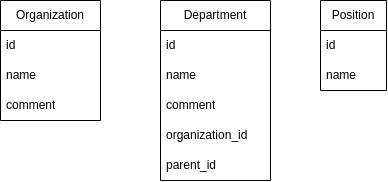
Before: ERD.png, a diagram exported from draw.io (merkit5/areal-hr_ext-test). Source tidied: cells renumbered, new cells last; positions are measured from the earlier drawing's top-left corner, leaving out a move shared by most shapes.
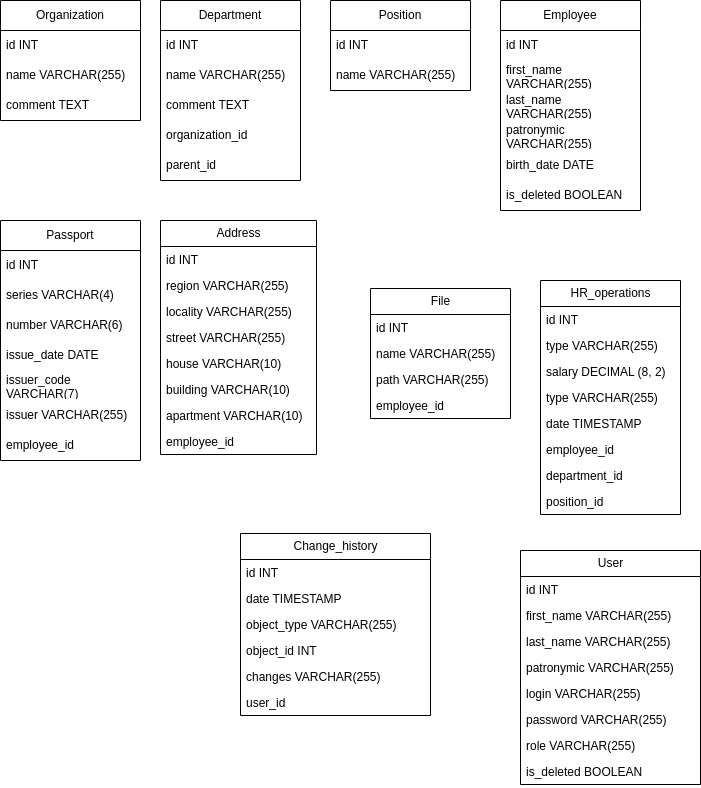
After the commit.

The edit, as a diff of the source:
```diff
@@ -3,43 +3,205 @@
     <mxCell id="0" />
     <mxCell id="1" parent="0" />
     <mxCell id="2" value="Organization" style="swimlane;fontStyle=0;horizontal=1;startSize=30;whiteSpace=wrap;html=1;" parent="1" vertex="1">
-      <mxGeometry width="100" height="120" as="geometry" />
+      <mxGeometry width="140" height="120" as="geometry" />
     </mxCell>
-    <mxCell id="3" value="id" style="text;strokeColor=none;fillColor=none;align=left;verticalAlign=middle;spacingLeft=4;spacingRight=4;overflow=hidden;whiteSpace=wrap;html=1;" parent="2" vertex="1">
-      <mxGeometry y="30" width="100" height="30" as="geometry" />
+    <mxCell id="3" value="id INT" style="text;strokeColor=none;fillColor=none;align=left;verticalAlign=middle;spacingLeft=4;spacingRight=4;overflow=hidden;whiteSpace=wrap;html=1;" parent="2" vertex="1">
+      <mxGeometry y="30" width="140" height="30" as="geometry" />
     </mxCell>
-    <mxCell id="4" value="name" style="text;strokeColor=none;fillColor=none;align=left;verticalAlign=middle;spacingLeft=4;spacingRight=4;overflow=hidden;whiteSpace=wrap;html=1;" parent="2" vertex="1">
-      <mxGeometry y="60" width="100" height="30" as="geometry" />
+    <mxCell id="4" value="name VARCHAR(255)" style="text;strokeColor=none;fillColor=none;align=left;verticalAlign=middle;spacingLeft=4;spacingRight=4;overflow=hidden;whiteSpace=wrap;html=1;" parent="2" vertex="1">
+      <mxGeometry y="60" width="140" height="30" as="geometry" />
     </mxCell>
-    <mxCell id="5" value="comment" style="text;strokeColor=none;fillColor=none;align=left;verticalAlign=middle;spacingLeft=4;spacingRight=4;overflow=hidden;whiteSpace=wrap;html=1;" parent="2" vertex="1">
-      <mxGeometry y="90" width="100" height="30" as="geometry" />
+    <mxCell id="5" value="comment TEXT" style="text;strokeColor=none;fillColor=none;align=left;verticalAlign=middle;spacingLeft=4;spacingRight=4;overflow=hidden;whiteSpace=wrap;html=1;" parent="2" vertex="1">
+      <mxGeometry y="90" width="140" height="30" as="geometry" />
     </mxCell>
     <mxCell id="6" value="Department" style="swimlane;fontStyle=0;horizontal=1;startSize=30;whiteSpace=wrap;html=1;" parent="1" vertex="1">
-      <mxGeometry x="160" width="110" height="180" as="geometry" />
+      <mxGeometry x="160" width="140" height="180" as="geometry" />
     </mxCell>
-    <mxCell id="7" value="id" style="text;strokeColor=none;fillColor=none;align=left;verticalAlign=middle;spacingLeft=4;spacingRight=4;overflow=hidden;whiteSpace=wrap;html=1;" parent="6" vertex="1">
-      <mxGeometry y="30" width="110" height="30" as="geometry" />
+    <mxCell id="7" value="id INT" style="text;strokeColor=none;fillColor=none;align=left;verticalAlign=middle;spacingLeft=4;spacingRight=4;overflow=hidden;whiteSpace=wrap;html=1;" parent="6" vertex="1">
+      <mxGeometry y="30" width="140" height="30" as="geometry" />
     </mxCell>
-    <mxCell id="8" value="name" style="text;strokeColor=none;fillColor=none;align=left;verticalAlign=middle;spacingLeft=4;spacingRight=4;overflow=hidden;whiteSpace=wrap;html=1;" parent="6" vertex="1">
-      <mxGeometry y="60" width="110" height="30" as="geometry" />
+    <mxCell id="8" value="name VARCHAR(255)" style="text;strokeColor=none;fillColor=none;align=left;verticalAlign=middle;spacingLeft=4;spacingRight=4;overflow=hidden;whiteSpace=wrap;html=1;" parent="6" vertex="1">
+      <mxGeometry y="60" width="140" height="30" as="geometry" />
     </mxCell>
-    <mxCell id="9" value="comment" style="text;strokeColor=none;fillColor=none;align=left;verticalAlign=middle;spacingLeft=4;spacingRight=4;overflow=hidden;whiteSpace=wrap;html=1;" parent="6" vertex="1">
-      <mxGeometry y="90" width="110" height="30" as="geometry" />
+    <mxCell id="9" value="comment TEXT" style="text;strokeColor=none;fillColor=none;align=left;verticalAlign=middle;spacingLeft=4;spacingRight=4;overflow=hidden;whiteSpace=wrap;html=1;" parent="6" vertex="1">
+      <mxGeometry y="90" width="140" height="30" as="geometry" />
     </mxCell>
     <mxCell id="10" value="organization_id" style="text;strokeColor=none;fillColor=none;align=left;verticalAlign=middle;spacingLeft=4;spacingRight=4;overflow=hidden;whiteSpace=wrap;html=1;" parent="6" vertex="1">
-      <mxGeometry y="120" width="110" height="30" as="geometry" />
+      <mxGeometry y="120" width="140" height="30" as="geometry" />
     </mxCell>
     <mxCell id="11" value="parent_id" style="text;strokeColor=none;fillColor=none;align=left;verticalAlign=middle;spacingLeft=4;spacingRight=4;overflow=hidden;whiteSpace=wrap;html=1;" parent="6" vertex="1">
-      <mxGeometry y="150" width="110" height="30" as="geometry" />
+      <mxGeometry y="150" width="140" height="30" as="geometry" />
     </mxCell>
     <mxCell id="12" value="Position" style="swimlane;fontStyle=0;horizontal=1;startSize=30;whiteSpace=wrap;html=1;" parent="1" vertex="1">
-      <mxGeometry x="320" width="66" height="90" as="geometry" />
+      <mxGeometry x="330" width="140" height="90" as="geometry" />
     </mxCell>
-    <mxCell id="13" value="id" style="text;strokeColor=none;fillColor=none;align=left;verticalAlign=middle;spacingLeft=4;spacingRight=4;overflow=hidden;whiteSpace=wrap;html=1;" parent="12" vertex="1">
-      <mxGeometry y="30" width="66" height="30" as="geometry" />
+    <mxCell id="13" value="id INT" style="text;strokeColor=none;fillColor=none;align=left;verticalAlign=middle;spacingLeft=4;spacingRight=4;overflow=hidden;whiteSpace=wrap;html=1;" parent="12" vertex="1">
+      <mxGeometry y="30" width="140" height="30" as="geometry" />
     </mxCell>
-    <mxCell id="14" value="name" style="text;strokeColor=none;fillColor=none;align=left;verticalAlign=middle;spacingLeft=4;spacingRight=4;overflow=hidden;whiteSpace=wrap;html=1;" parent="12" vertex="1">
-      <mxGeometry y="60" width="66" height="30" as="geometry" />
+    <mxCell id="14" value="name VARCHAR(255)" style="text;strokeColor=none;fillColor=none;align=left;verticalAlign=middle;spacingLeft=4;spacingRight=4;overflow=hidden;whiteSpace=wrap;html=1;" parent="12" vertex="1">
+      <mxGeometry y="60" width="140" height="30" as="geometry" />
     </mxCell>
+    <mxCell id="15" value="Employee" style="swimlane;fontStyle=0;horizontal=1;startSize=30;whiteSpace=wrap;html=1;" parent="1" vertex="1">
+      <mxGeometry x="500" width="140" height="210" as="geometry" />
+    </mxCell>
+    <mxCell id="16" value="id INT" style="text;strokeColor=none;fillColor=none;align=left;verticalAlign=middle;spacingLeft=4;spacingRight=4;overflow=hidden;whiteSpace=wrap;html=1;" parent="15" vertex="1">
+      <mxGeometry y="30" width="140" height="30" as="geometry" />
+    </mxCell>
+    <mxCell id="17" value="first_name VARCHAR(255)&amp;nbsp;&lt;span style=&quot;color: rgba(0, 0, 0, 0); font-family: monospace; font-size: 0px; text-wrap-mode: nowrap;&quot;&gt;%3CmxGraphModel%3E%3Croot%3E%3CmxCell%20id%3D%220%22%2F%3E%3CmxCell%20id%3D%221%22%20parent%3D%220%22%2F%3E%3CmxCell%20id%3D%222%22%20value%3D%22Item%202%22%20style%3D%22text%3BstrokeColor%3Dnone%3BfillColor%3Dnone%3Balign%3Dleft%3BverticalAlign%3Dmiddle%3BspacingLeft%3D4%3BspacingRight%3D4%3Boverflow%3Dhidden%3Bpoints%3D%5B%5B0%2C0.5%5D%2C%5B1%2C0.5%5D%5D%3BportConstraint%3Deastwest%3Brotatable%3D0%3BwhiteSpace%3Dwrap%3Bhtml%3D1%3B%22%20vertex%3D%221%22%20parent%3D%221%22%3E%3CmxGeometry%20x%3D%22460%22%20y%3D%22230%22%20width%3D%22140%22%20height%3D%2230%22%20as%3D%22geometry%22%2F%3E%3C%2FmxCell%3E%3C%2Froot%3E%3C%2FmxGraphModel%3E&lt;/span&gt;" style="text;strokeColor=none;fillColor=none;align=left;verticalAlign=middle;spacingLeft=4;spacingRight=4;overflow=hidden;whiteSpace=wrap;html=1;" parent="15" vertex="1">
+      <mxGeometry y="60" width="140" height="30" as="geometry" />
+    </mxCell>
+    <mxCell id="18" value="last_name VARCHAR(255)" style="text;strokeColor=none;fillColor=none;align=left;verticalAlign=middle;spacingLeft=4;spacingRight=4;overflow=hidden;whiteSpace=wrap;html=1;" parent="15" vertex="1">
+      <mxGeometry y="90" width="140" height="30" as="geometry" />
+    </mxCell>
+    <mxCell id="19" value="patronymic VARCHAR(255)" style="text;strokeColor=none;fillColor=none;align=left;verticalAlign=middle;spacingLeft=4;spacingRight=4;overflow=hidden;whiteSpace=wrap;html=1;" parent="15" vertex="1">
+      <mxGeometry y="120" width="140" height="30" as="geometry" />
+    </mxCell>
+    <mxCell id="20" value="birth_date DATE" style="text;strokeColor=none;fillColor=none;align=left;verticalAlign=middle;spacingLeft=4;spacingRight=4;overflow=hidden;whiteSpace=wrap;html=1;" parent="15" vertex="1">
+      <mxGeometry y="150" width="140" height="30" as="geometry" />
+    </mxCell>
+    <mxCell id="21" value="is_deleted BOOLEAN" style="text;strokeColor=none;fillColor=none;align=left;verticalAlign=middle;spacingLeft=4;spacingRight=4;overflow=hidden;whiteSpace=wrap;html=1;" parent="15" vertex="1">
+      <mxGeometry y="180" width="140" height="30" as="geometry" />
+    </mxCell>
+    <mxCell id="22" value="Passport" style="swimlane;fontStyle=0;horizontal=1;startSize=30;whiteSpace=wrap;html=1;" parent="1" vertex="1">
+      <mxGeometry y="220" width="140" height="240" as="geometry" />
+    </mxCell>
+    <mxCell id="23" value="id INT" style="text;strokeColor=none;fillColor=none;align=left;verticalAlign=middle;spacingLeft=4;spacingRight=4;overflow=hidden;whiteSpace=wrap;html=1;" parent="22" vertex="1">
+      <mxGeometry y="30" width="140" height="30" as="geometry" />
+    </mxCell>
+    <mxCell id="24" value="series VARCHAR(4)" style="text;strokeColor=none;fillColor=none;align=left;verticalAlign=middle;spacingLeft=4;spacingRight=4;overflow=hidden;whiteSpace=wrap;html=1;" parent="22" vertex="1">
+      <mxGeometry y="60" width="140" height="30" as="geometry" />
+    </mxCell>
+    <mxCell id="25" value="number VARCHAR(6)" style="text;strokeColor=none;fillColor=none;align=left;verticalAlign=middle;spacingLeft=4;spacingRight=4;overflow=hidden;whiteSpace=wrap;html=1;" parent="22" vertex="1">
+      <mxGeometry y="90" width="140" height="30" as="geometry" />
+    </mxCell>
+    <mxCell id="26" value="issue_date DATE" style="text;strokeColor=none;fillColor=none;align=left;verticalAlign=middle;spacingLeft=4;spacingRight=4;overflow=hidden;whiteSpace=wrap;html=1;" parent="22" vertex="1">
+      <mxGeometry y="120" width="140" height="30" as="geometry" />
+    </mxCell>
+    <mxCell id="27" value="issuer_code VARCHAR(7)" style="text;strokeColor=none;fillColor=none;align=left;verticalAlign=middle;spacingLeft=4;spacingRight=4;overflow=hidden;whiteSpace=wrap;html=1;" parent="22" vertex="1">
+      <mxGeometry y="150" width="140" height="30" as="geometry" />
+    </mxCell>
+    <mxCell id="28" value="issuer VARCHAR(255)" style="text;strokeColor=none;fillColor=none;align=left;verticalAlign=middle;spacingLeft=4;spacingRight=4;overflow=hidden;whiteSpace=wrap;html=1;" parent="22" vertex="1">
+      <mxGeometry y="180" width="140" height="30" as="geometry" />
+    </mxCell>
+    <mxCell id="29" value="employee_id" style="text;strokeColor=none;fillColor=none;align=left;verticalAlign=middle;spacingLeft=4;spacingRight=4;overflow=hidden;whiteSpace=wrap;html=1;" parent="22" vertex="1">
+      <mxGeometry y="210" width="140" height="30" as="geometry" />
+    </mxCell>
+    <mxCell id="30" value="Address" style="swimlane;fontStyle=0;horizontal=1;startSize=26;fillColor=none;html=1;" parent="1" vertex="1">
+      <mxGeometry x="160" y="220" width="156" height="234" as="geometry" />
+    </mxCell>
+    <mxCell id="31" value="id INT" style="text;strokeColor=none;fillColor=none;align=left;verticalAlign=top;spacingLeft=4;spacingRight=4;overflow=hidden;whiteSpace=wrap;html=1;" parent="30" vertex="1">
+      <mxGeometry y="26" width="156" height="26" as="geometry" />
+    </mxCell>
+    <mxCell id="32" value="region VARCHAR(255)" style="text;strokeColor=none;fillColor=none;align=left;verticalAlign=top;spacingLeft=4;spacingRight=4;overflow=hidden;whiteSpace=wrap;html=1;" parent="30" vertex="1">
+      <mxGeometry y="52" width="156" height="26" as="geometry" />
+    </mxCell>
+    <mxCell id="33" value="locality VARCHAR(255)" style="text;strokeColor=none;fillColor=none;align=left;verticalAlign=top;spacingLeft=4;spacingRight=4;overflow=hidden;whiteSpace=wrap;html=1;" parent="30" vertex="1">
+      <mxGeometry y="78" width="156" height="26" as="geometry" />
+    </mxCell>
+    <mxCell id="34" value="street VARCHAR(255)" style="text;strokeColor=none;fillColor=none;align=left;verticalAlign=top;spacingLeft=4;spacingRight=4;overflow=hidden;whiteSpace=wrap;html=1;" parent="30" vertex="1">
+      <mxGeometry y="104" width="156" height="26" as="geometry" />
+    </mxCell>
+    <mxCell id="35" value="house VARCHAR(10)" style="text;strokeColor=none;fillColor=none;align=left;verticalAlign=top;spacingLeft=4;spacingRight=4;overflow=hidden;whiteSpace=wrap;html=1;" parent="30" vertex="1">
+      <mxGeometry y="130" width="156" height="26" as="geometry" />
+    </mxCell>
+    <mxCell id="36" value="building VARCHAR(10)" style="text;strokeColor=none;fillColor=none;align=left;verticalAlign=top;spacingLeft=4;spacingRight=4;overflow=hidden;whiteSpace=wrap;html=1;" parent="30" vertex="1">
+      <mxGeometry y="156" width="156" height="26" as="geometry" />
+    </mxCell>
+    <mxCell id="37" value="apartment VARCHAR(10)" style="text;strokeColor=none;fillColor=none;align=left;verticalAlign=top;spacingLeft=4;spacingRight=4;overflow=hidden;whiteSpace=wrap;html=1;" parent="30" vertex="1">
+      <mxGeometry y="182" width="156" height="26" as="geometry" />
+    </mxCell>
+    <mxCell id="38" value="employee_id" style="text;strokeColor=none;fillColor=none;align=left;verticalAlign=top;spacingLeft=4;spacingRight=4;overflow=hidden;whiteSpace=wrap;html=1;" parent="30" vertex="1">
+      <mxGeometry y="208" width="156" height="26" as="geometry" />
+    </mxCell>
+    <mxCell id="39" value="File" style="swimlane;fontStyle=0;horizontal=1;startSize=26;fillColor=none;html=1;" parent="1" vertex="1">
+      <mxGeometry x="370" y="288" width="140" height="130" as="geometry" />
+    </mxCell>
+    <mxCell id="40" value="id INT" style="text;strokeColor=none;fillColor=none;align=left;verticalAlign=top;spacingLeft=4;spacingRight=4;overflow=hidden;whiteSpace=wrap;html=1;" parent="39" vertex="1">
+      <mxGeometry y="26" width="140" height="26" as="geometry" />
+    </mxCell>
+    <mxCell id="41" value="name VARCHAR(255)" style="text;strokeColor=none;fillColor=none;align=left;verticalAlign=top;spacingLeft=4;spacingRight=4;overflow=hidden;whiteSpace=wrap;html=1;" parent="39" vertex="1">
+      <mxGeometry y="52" width="140" height="26" as="geometry" />
+    </mxCell>
+    <mxCell id="42" value="path VARCHAR(255)" style="text;strokeColor=none;fillColor=none;align=left;verticalAlign=top;spacingLeft=4;spacingRight=4;overflow=hidden;whiteSpace=wrap;html=1;" parent="39" vertex="1">
+      <mxGeometry y="78" width="140" height="26" as="geometry" />
+    </mxCell>
+    <mxCell id="43" value="employee_id" style="text;strokeColor=none;fillColor=none;align=left;verticalAlign=top;spacingLeft=4;spacingRight=4;overflow=hidden;whiteSpace=wrap;html=1;" parent="39" vertex="1">
+      <mxGeometry y="104" width="140" height="26" as="geometry" />
+    </mxCell>
+    <mxCell id="44" value="HR_operations" style="swimlane;fontStyle=0;horizontal=1;startSize=26;fillColor=none;html=1;" parent="1" vertex="1">
+      <mxGeometry x="540" y="280" width="140" height="234" as="geometry" />
+    </mxCell>
+    <mxCell id="45" value="id INT" style="text;strokeColor=none;fillColor=none;align=left;verticalAlign=top;spacingLeft=4;spacingRight=4;overflow=hidden;whiteSpace=wrap;html=1;" parent="44" vertex="1">
+      <mxGeometry y="26" width="140" height="26" as="geometry" />
+    </mxCell>
+    <mxCell id="46" value="type VARCHAR(255)" style="text;strokeColor=none;fillColor=none;align=left;verticalAlign=top;spacingLeft=4;spacingRight=4;overflow=hidden;whiteSpace=wrap;html=1;" parent="44" vertex="1">
+      <mxGeometry y="52" width="140" height="26" as="geometry" />
+    </mxCell>
+    <mxCell id="47" value="salary DECIMAL (8, 2)" style="text;strokeColor=none;fillColor=none;align=left;verticalAlign=top;spacingLeft=4;spacingRight=4;overflow=hidden;whiteSpace=wrap;html=1;" parent="44" vertex="1">
+      <mxGeometry y="78" width="140" height="26" as="geometry" />
+    </mxCell>
+    <mxCell id="48" value="type VARCHAR(255)" style="text;strokeColor=none;fillColor=none;align=left;verticalAlign=top;spacingLeft=4;spacingRight=4;overflow=hidden;whiteSpace=wrap;html=1;" parent="44" vertex="1">
+      <mxGeometry y="104" width="140" height="26" as="geometry" />
+    </mxCell>
+    <mxCell id="49" value="date TIMESTAMP" style="text;strokeColor=none;fillColor=none;align=left;verticalAlign=top;spacingLeft=4;spacingRight=4;overflow=hidden;whiteSpace=wrap;html=1;" parent="44" vertex="1">
+      <mxGeometry y="130" width="140" height="26" as="geometry" />
+    </mxCell>
+    <mxCell id="50" value="employee_id" style="text;strokeColor=none;fillColor=none;align=left;verticalAlign=top;spacingLeft=4;spacingRight=4;overflow=hidden;whiteSpace=wrap;html=1;" parent="44" vertex="1">
+      <mxGeometry y="156" width="140" height="26" as="geometry" />
+    </mxCell>
+    <mxCell id="51" value="department_id" style="text;strokeColor=none;fillColor=none;align=left;verticalAlign=top;spacingLeft=4;spacingRight=4;overflow=hidden;whiteSpace=wrap;html=1;" parent="44" vertex="1">
+      <mxGeometry y="182" width="140" height="26" as="geometry" />
+    </mxCell>
+    <mxCell id="52" value="position_id" style="text;strokeColor=none;fillColor=none;align=left;verticalAlign=top;spacingLeft=4;spacingRight=4;overflow=hidden;whiteSpace=wrap;html=1;" parent="44" vertex="1">
+      <mxGeometry y="208" width="140" height="26" as="geometry" />
+    </mxCell>
+    <mxCell id="53" value="Change_history" style="swimlane;fontStyle=0;horizontal=1;startSize=26;fillColor=none;html=1;" parent="1" vertex="1">
+      <mxGeometry x="240" y="533" width="190" height="182" as="geometry" />
+    </mxCell>
+    <mxCell id="54" value="id INT" style="text;strokeColor=none;fillColor=none;align=left;verticalAlign=top;spacingLeft=4;spacingRight=4;overflow=hidden;whiteSpace=wrap;html=1;" parent="53" vertex="1">
+      <mxGeometry y="26" width="190" height="26" as="geometry" />
+    </mxCell>
+    <mxCell id="55" value="date TIMESTAMP" style="text;strokeColor=none;fillColor=none;align=left;verticalAlign=top;spacingLeft=4;spacingRight=4;overflow=hidden;whiteSpace=wrap;html=1;" parent="53" vertex="1">
+      <mxGeometry y="52" width="190" height="26" as="geometry" />
+    </mxCell>
+    <mxCell id="56" value="object_type VARCHAR(255)" style="text;strokeColor=none;fillColor=none;align=left;verticalAlign=top;spacingLeft=4;spacingRight=4;overflow=hidden;whiteSpace=wrap;html=1;" parent="53" vertex="1">
+      <mxGeometry y="78" width="190" height="26" as="geometry" />
+    </mxCell>
+    <mxCell id="57" value="object_id INT" style="text;strokeColor=none;fillColor=none;align=left;verticalAlign=top;spacingLeft=4;spacingRight=4;overflow=hidden;whiteSpace=wrap;html=1;" parent="53" vertex="1">
+      <mxGeometry y="104" width="190" height="26" as="geometry" />
+    </mxCell>
+    <mxCell id="58" value="changes VARCHAR(255)" style="text;strokeColor=none;fillColor=none;align=left;verticalAlign=top;spacingLeft=4;spacingRight=4;overflow=hidden;whiteSpace=wrap;html=1;" parent="53" vertex="1">
+      <mxGeometry y="130" width="190" height="26" as="geometry" />
+    </mxCell>
+    <mxCell id="59" value="user_id" style="text;strokeColor=none;fillColor=none;align=left;verticalAlign=top;spacingLeft=4;spacingRight=4;overflow=hidden;whiteSpace=wrap;html=1;" parent="53" vertex="1">
+      <mxGeometry y="156" width="190" height="26" as="geometry" />
+    </mxCell>
+    <mxCell id="60" value="User" style="swimlane;fontStyle=0;horizontal=1;startSize=26;fillColor=none;html=1;" parent="1" vertex="1">
+      <mxGeometry x="520" y="550" width="180" height="234" as="geometry" />
+    </mxCell>
+    <mxCell id="61" value="id INT" style="text;strokeColor=none;fillColor=none;align=left;verticalAlign=top;spacingLeft=4;spacingRight=4;overflow=hidden;whiteSpace=wrap;html=1;" parent="60" vertex="1">
+      <mxGeometry y="26" width="180" height="26" as="geometry" />
+    </mxCell>
+    <mxCell id="62" value="first_name VARCHAR(255)&amp;nbsp;&lt;span style=&quot;text-wrap-mode: nowrap; color: rgba(0, 0, 0, 0); font-family: monospace; font-size: 0px;&quot;&gt;%3CmxGraphModel%3E%3Croot%3E%3CmxCell%20id%3D%220%22%2F%3E%3CmxCell%20id%3D%221%22%20parent%3D%220%22%2F%3E%3CmxCell%20id%3D%222%22%20value%3D%22Item%202%22%20style%3D%22text%3BstrokeColor%3Dnone%3BfillColor%3Dnone%3Balign%3Dleft%3BverticalAlign%3Dmiddle%3BspacingLeft%3D4%3BspacingRight%3D4%3Boverflow%3Dhidden%3Bpoints%3D%5B%5B0%2C0.5%5D%2C%5B1%2C0.5%5D%5D%3BportConstraint%3Deastwest%3Brotatable%3D0%3BwhiteSpace%3Dwrap%3Bhtml%3D1%3B%22%20vertex%3D%221%22%20parent%3D%221%22%3E%3CmxGeometry%20x%3D%22460%22%20y%3D%22230%22%20width%3D%22140%22%20height%3D%2230%22%20as%3D%22geometry%22%2F%3E%3C%2FmxCell%3E%3C%2Froot%3E%3C%2FmxGraphModel%3E&lt;/span&gt;" style="text;strokeColor=none;fillColor=none;align=left;verticalAlign=top;spacingLeft=4;spacingRight=4;overflow=hidden;whiteSpace=wrap;html=1;" parent="60" vertex="1">
+      <mxGeometry y="52" width="180" height="26" as="geometry" />
+    </mxCell>
+    <mxCell id="63" value="last_name VARCHAR(255)" style="text;strokeColor=none;fillColor=none;align=left;verticalAlign=top;spacingLeft=4;spacingRight=4;overflow=hidden;whiteSpace=wrap;html=1;" parent="60" vertex="1">
+      <mxGeometry y="78" width="180" height="26" as="geometry" />
+    </mxCell>
+    <mxCell id="64" value="patronymic VARCHAR(255)" style="text;strokeColor=none;fillColor=none;align=left;verticalAlign=top;spacingLeft=4;spacingRight=4;overflow=hidden;whiteSpace=wrap;html=1;" parent="60" vertex="1">
+      <mxGeometry y="104" width="180" height="26" as="geometry" />
+    </mxCell>
+    <mxCell id="65" value="login VARCHAR(255)" style="text;strokeColor=none;fillColor=none;align=left;verticalAlign=top;spacingLeft=4;spacingRight=4;overflow=hidden;whiteSpace=wrap;html=1;" parent="60" vertex="1">
+      <mxGeometry y="130" width="180" height="26" as="geometry" />
+    </mxCell>
+    <mxCell id="66" value="password VARCHAR(255)" style="text;strokeColor=none;fillColor=none;align=left;verticalAlign=top;spacingLeft=4;spacingRight=4;overflow=hidden;whiteSpace=wrap;html=1;" parent="60" vertex="1">
+      <mxGeometry y="156" width="180" height="26" as="geometry" />
+    </mxCell>
+    <mxCell id="67" value="role VARCHAR(255)" style="text;strokeColor=none;fillColor=none;align=left;verticalAlign=top;spacingLeft=4;spacingRight=4;overflow=hidden;whiteSpace=wrap;html=1;" parent="60" vertex="1">
+      <mxGeometry y="182" width="180" height="26" as="geometry" />
+    </mxCell>
+    <mxCell id="68" value="is_deleted BOOLEAN" style="text;strokeColor=none;fillColor=none;align=left;verticalAlign=top;spacingLeft=4;spacingRight=4;overflow=hidden;whiteSpace=wrap;html=1;" parent="60" vertex="1">
+      <mxGeometry y="208" width="180" height="26" as="geometry" />
+    </mxCell>
   </root>
 </mxGraphModel>
```
